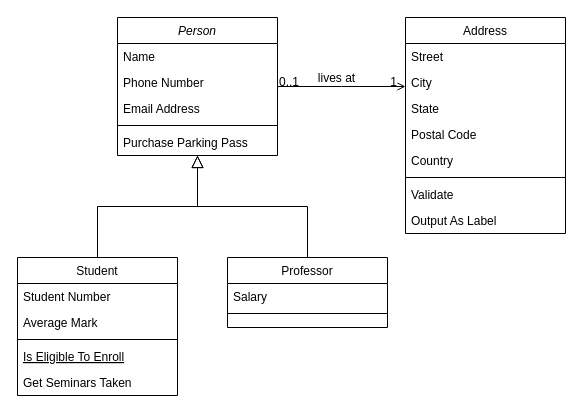
Before: Untitled Diagram.drawio in taehee5525/git_test, a draw.io diagram. Source tidied: cells renumbered, new cells numbered last; positions are measured from the earlier drawing's top-left corner, leaving out a move shared by most shapes. Both pictures are drawn from the tidied source at 100%, with x=0, y=0 at pixel (17, 17).
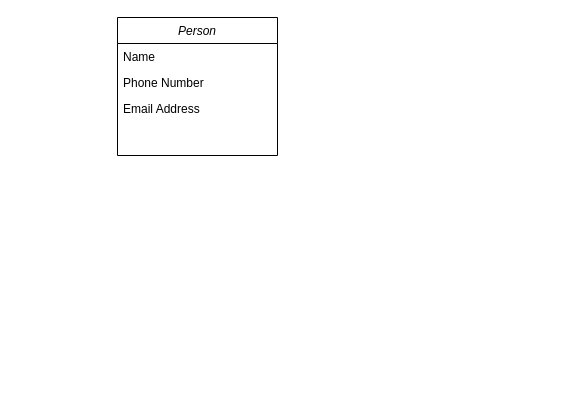
The same page after the edit.

The change refers to these unchanged cells:
```xml
<mxCell id="2" value="Person" style="swimlane;fontStyle=2;align=center;verticalAlign=top;horizontal=1;startSize=26;rounded=0;shadow=0;strokeWidth=1;" parent="1" vertex="1">
  <mxGeometry x="100" width="160" height="138" as="geometry" />
</mxCell>
```

The edit, as a diff of the source:
```diff
@@
-    <mxCell id="6" style="line;html=1;strokeWidth=1;align=left;verticalAlign=middle;spacingTop=-1;spacingLeft=3;spacingRight=3;labelPosition=right;" parent="2" vertex="1">
-      <mxGeometry y="104" width="160" height="8" as="geometry" />
-    </mxCell>
-    <mxCell id="7" value="Purchase Parking Pass" style="text;align=left;verticalAlign=top;spacingLeft=4;spacingRight=4;overflow=hidden;" parent="2" vertex="1">
-      <mxGeometry y="112" width="160" height="26" as="geometry" />
-    </mxCell>
-    <mxCell id="8" value="Student" style="swimlane;fontStyle=0;align=center;verticalAlign=top;horizontal=1;startSize=26;rounded=0;shadow=0;strokeWidth=1;" parent="1" vertex="1">
-      <mxGeometry y="240" width="160" height="138" as="geometry" />
-    </mxCell>
-    <mxCell id="9" value="Student Number" style="text;align=left;verticalAlign=top;spacingLeft=4;spacingRight=4;overflow=hidden;" parent="8" vertex="1">
-      <mxGeometry y="26" width="160" height="26" as="geometry" />
-    </mxCell>
-    <mxCell id="10" value="Average Mark" style="text;align=left;verticalAlign=top;spacingLeft=4;spacingRight=4;overflow=hidden;rounded=0;shadow=0;html=0;" parent="8" vertex="1">
-      <mxGeometry y="52" width="160" height="26" as="geometry" />
-    </mxCell>
-    <mxCell id="11" style="line;html=1;strokeWidth=1;align=left;verticalAlign=middle;spacingTop=-1;spacingLeft=3;spacingRight=3;labelPosition=right;" parent="8" vertex="1">
-      <mxGeometry y="78" width="160" height="8" as="geometry" />
-    </mxCell>
-    <mxCell id="12" value="Is Eligible To Enroll" style="text;align=left;verticalAlign=top;spacingLeft=4;spacingRight=4;overflow=hidden;fontStyle=4;" parent="8" vertex="1">
-      <mxGeometry y="86" width="160" height="26" as="geometry" />
-    </mxCell>
-    <mxCell id="13" value="Get Seminars Taken" style="text;align=left;verticalAlign=top;spacingLeft=4;spacingRight=4;overflow=hidden;" parent="8" vertex="1">
-      <mxGeometry y="112" width="160" height="26" as="geometry" />
-    </mxCell>
-    <mxCell id="14" style="endArrow=block;endSize=10;endFill=0;shadow=0;strokeWidth=1;rounded=0;edgeStyle=elbowEdgeStyle;elbow=vertical;" parent="1" edge="1" source="8" target="2">
-      <mxGeometry relative="1" as="geometry" />
-    </mxCell>
-    <mxCell id="15" value="Professor" style="swimlane;fontStyle=0;align=center;verticalAlign=top;horizontal=1;startSize=26;rounded=0;shadow=0;strokeWidth=1;" parent="1" vertex="1">
-      <mxGeometry x="210" y="240" width="160" height="70" as="geometry" />
-    </mxCell>
-    <mxCell id="16" value="Salary" style="text;align=left;verticalAlign=top;spacingLeft=4;spacingRight=4;overflow=hidden;" parent="15" vertex="1">
-      <mxGeometry y="26" width="160" height="26" as="geometry" />
-    </mxCell>
-    <mxCell id="17" style="line;html=1;strokeWidth=1;align=left;verticalAlign=middle;spacingTop=-1;spacingLeft=3;spacingRight=3;labelPosition=right;" parent="15" vertex="1">
-      <mxGeometry y="52" width="160" height="8" as="geometry" />
-    </mxCell>
-    <mxCell id="18" style="endArrow=block;endSize=10;endFill=0;shadow=0;strokeWidth=1;rounded=0;edgeStyle=elbowEdgeStyle;elbow=vertical;" parent="1" edge="1" source="15" target="2">
-      <mxGeometry relative="1" as="geometry" />
-    </mxCell>
-    <mxCell id="19" value="Address" style="swimlane;fontStyle=0;align=center;verticalAlign=top;horizontal=1;startSize=26;rounded=0;shadow=0;strokeWidth=1;" parent="1" vertex="1">
-      <mxGeometry x="388" width="160" height="216" as="geometry" />
-    </mxCell>
-    <mxCell id="20" value="Street" style="text;align=left;verticalAlign=top;spacingLeft=4;spacingRight=4;overflow=hidden;" parent="19" vertex="1">
-      <mxGeometry y="26" width="160" height="26" as="geometry" />
-    </mxCell>
-    <mxCell id="21" value="City" style="text;align=left;verticalAlign=top;spacingLeft=4;spacingRight=4;overflow=hidden;rounded=0;shadow=0;html=0;" parent="19" vertex="1">
-      <mxGeometry y="52" width="160" height="26" as="geometry" />
-    </mxCell>
-    <mxCell id="22" value="State" style="text;align=left;verticalAlign=top;spacingLeft=4;spacingRight=4;overflow=hidden;rounded=0;shadow=0;html=0;" parent="19" vertex="1">
-      <mxGeometry y="78" width="160" height="26" as="geometry" />
-    </mxCell>
-    <mxCell id="23" value="Postal Code" style="text;align=left;verticalAlign=top;spacingLeft=4;spacingRight=4;overflow=hidden;rounded=0;shadow=0;html=0;" parent="19" vertex="1">
-      <mxGeometry y="104" width="160" height="26" as="geometry" />
-    </mxCell>
-    <mxCell id="24" value="Country" style="text;align=left;verticalAlign=top;spacingLeft=4;spacingRight=4;overflow=hidden;rounded=0;shadow=0;html=0;" parent="19" vertex="1">
-      <mxGeometry y="130" width="160" height="26" as="geometry" />
-    </mxCell>
-    <mxCell id="25" style="line;html=1;strokeWidth=1;align=left;verticalAlign=middle;spacingTop=-1;spacingLeft=3;spacingRight=3;labelPosition=right;" parent="19" vertex="1">
-      <mxGeometry y="156" width="160" height="8" as="geometry" />
-    </mxCell>
-    <mxCell id="26" value="Validate" style="text;align=left;verticalAlign=top;spacingLeft=4;spacingRight=4;overflow=hidden;" parent="19" vertex="1">
-      <mxGeometry y="164" width="160" height="26" as="geometry" />
-    </mxCell>
-    <mxCell id="27" value="Output As Label" style="text;align=left;verticalAlign=top;spacingLeft=4;spacingRight=4;overflow=hidden;" parent="19" vertex="1">
-      <mxGeometry y="190" width="160" height="26" as="geometry" />
-    </mxCell>
-    <mxCell id="28" style="endArrow=open;shadow=0;strokeWidth=1;rounded=0;endFill=1;edgeStyle=elbowEdgeStyle;elbow=vertical;" parent="1" edge="1" source="2" target="19">
-      <mxGeometry x="0.5" y="41" relative="1" as="geometry">
-        <mxPoint x="-40" y="32" as="offset" />
-      </mxGeometry>
-    </mxCell>
-    <mxCell id="29" value="0..1" style="align=left;verticalAlign=bottom;labelBackgroundColor=none;fontSize=12;" parent="28" vertex="1">
-      <mxGeometry x="-1" relative="1" as="geometry">
-        <mxPoint y="4" as="offset" />
-      </mxGeometry>
-    </mxCell>
-    <mxCell id="30" value="1" style="align=right;verticalAlign=bottom;labelBackgroundColor=none;fontSize=12;" parent="28" vertex="1">
-      <mxGeometry x="1" relative="1" as="geometry">
-        <mxPoint x="-7" y="4" as="offset" />
-      </mxGeometry>
-    </mxCell>
-    <mxCell id="31" value="lives at" style="text;html=1;align=center;verticalAlign=middle;labelBackgroundColor=none;rounded=0;shadow=0;strokeWidth=1;fontSize=12;" parent="28" vertex="1">
-      <mxGeometry x="0.5" y="49" relative="1" as="geometry">
-        <mxPoint x="-38" y="40" as="offset" />
-      </mxGeometry>
-    </mxCell>
```
